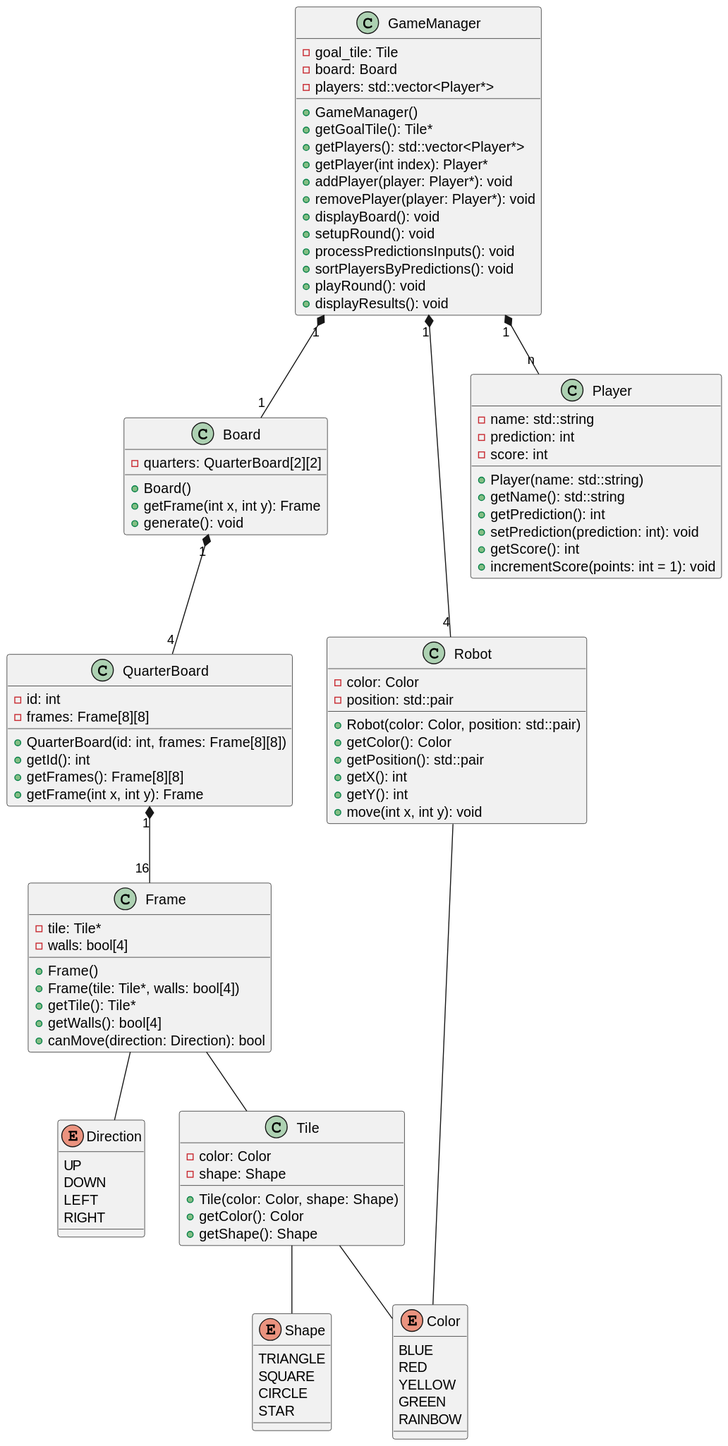
Earlier version of the PlantUML export doc/class_diagram.svg (ECN-SEC-SMP/tp11-note-les-daltons).
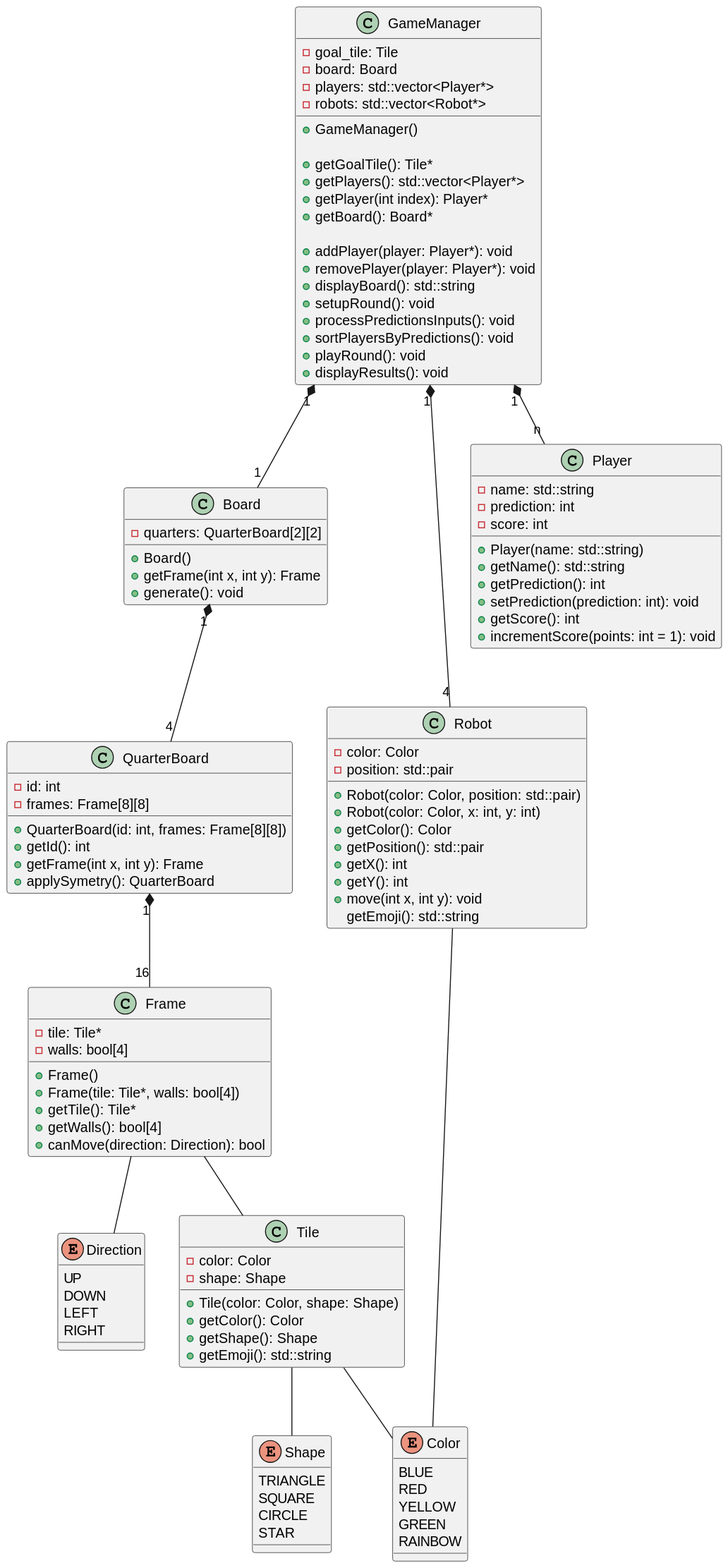
Later version of the same file.

Commit message:
[Doc] Update class diagram: Tile, Robot, GameManager

What changed in the source:
```diff
@@ -27,6 +27,7 @@
     + Tile(color: Color, shape: Shape)
     + getColor(): Color
     + getShape(): Shape
+    + getEmoji(): std::string
 }
 
 class Frame {
@@ -44,8 +45,8 @@
     - frames: Frame[8][8]
     + QuarterBoard(id: int, frames: Frame[8][8])
     + getId(): int
-    + getFrames(): Frame[8][8]
     + getFrame(int x, int y): Frame
+    + applySymetry(): QuarterBoard
 }
 
 class Board {
@@ -59,11 +60,13 @@
     - color: Color
     - position: std::pair
     + Robot(color: Color, position: std::pair)
+    + Robot(color: Color, x: int, y: int)
     + getColor(): Color
     + getPosition(): std::pair
     + getX(): int
     + getY(): int
     + move(int x, int y): void
+    getEmoji(): std::string
 }
 
 class Player {
@@ -82,13 +85,18 @@
     - goal_tile: Tile
     - board: Board
     - players: std::vector<Player*>
+    - robots: std::vector<Robot*>
+
     + GameManager()
+
     + getGoalTile(): Tile*
     + getPlayers(): std::vector<Player*>
     + getPlayer(int index): Player*
+    + getBoard(): Board*
+
     + addPlayer(player: Player*): void
     + removePlayer(player: Player*): void
-    + displayBoard(): void
+    + displayBoard(): std::string
     + setupRound(): void
     + processPredictionsInputs(): void
     + sortPlayersByPredictions(): void
```
